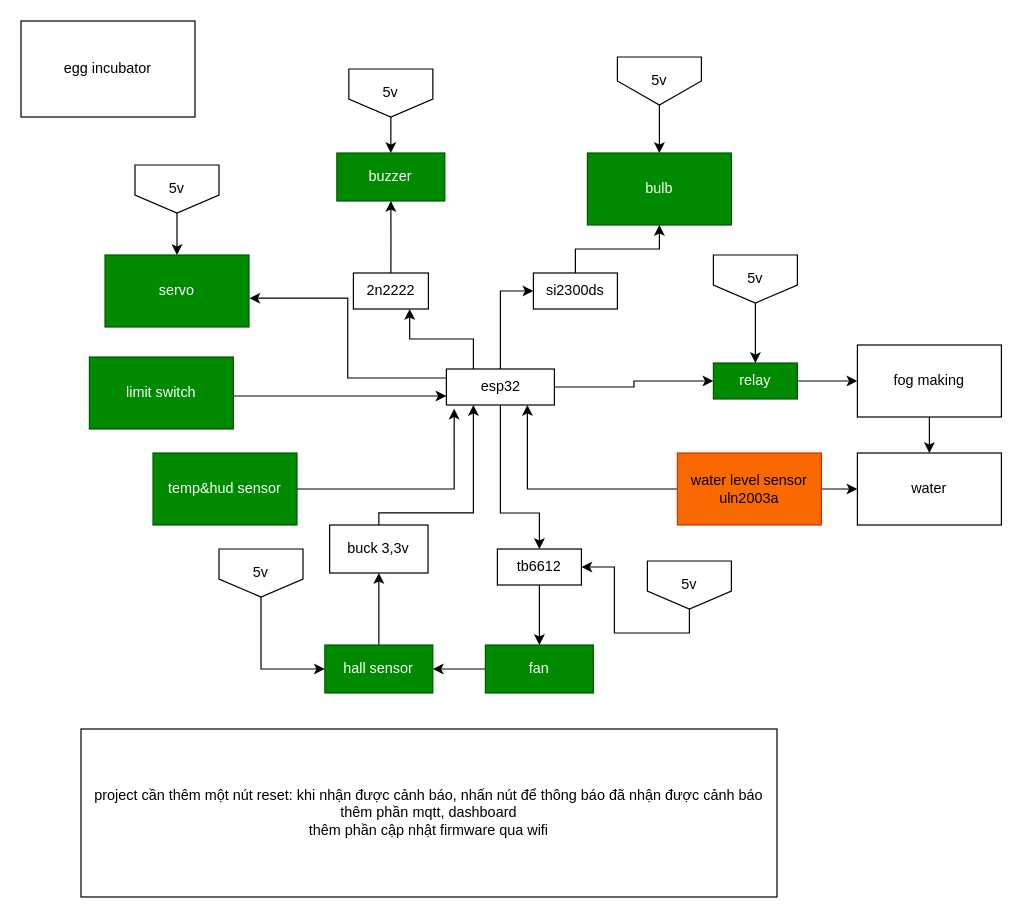
lqhoang231-creator/egg-incubator keeps this draw.io diagram as Untitled Diagram.drawio. Above is the earlier version. Source tidied: cells renumbered, new cells numbered last; positions are measured from the earlier drawing's top-left corner, leaving out a move shared by most shapes. Both pictures are drawn from the tidied source at 120%, with x=0, y=0 at pixel (20, 20).
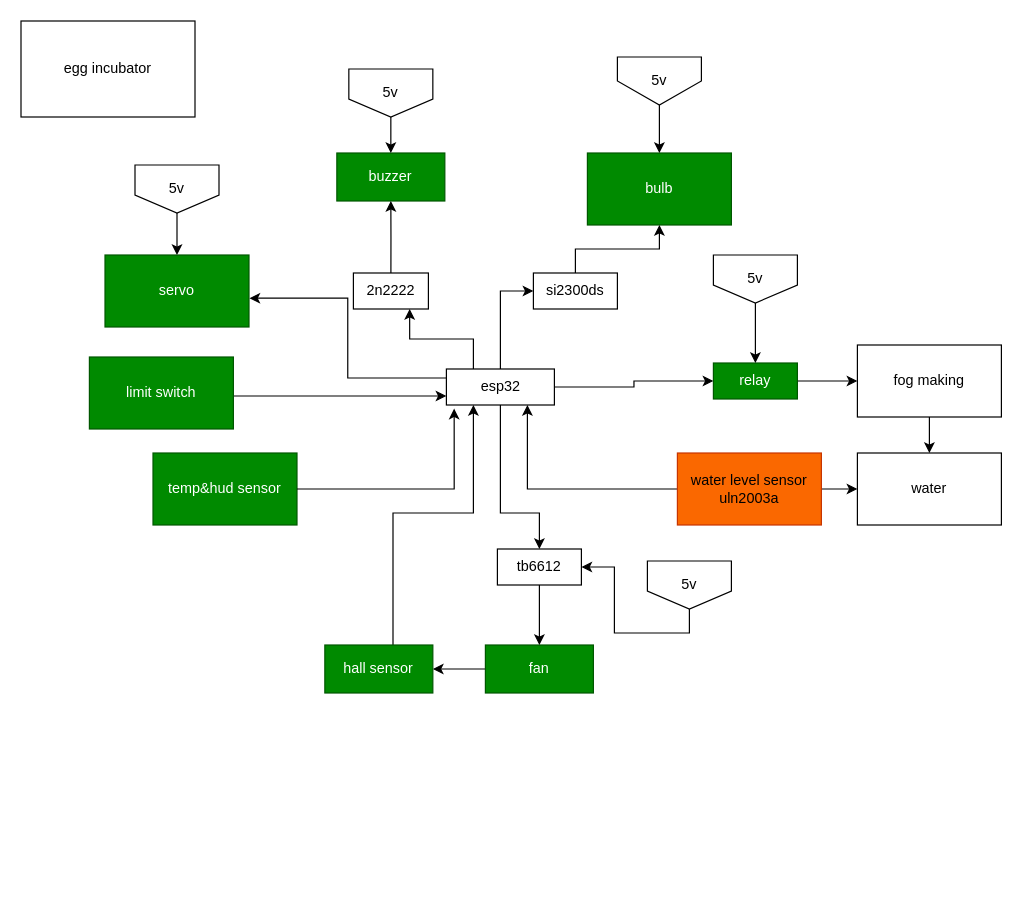
The same diagram, later.

Unchanged cells that the change refers to:
```xml
<mxCell id="6" value="esp32" style="rounded=0;whiteSpace=wrap;html=1;" parent="1" vertex="1">
  <mxGeometry x="354.5" y="290" width="90" height="30" as="geometry" />
</mxCell>
<mxCell id="21" value="hall sensor" style="rounded=0;whiteSpace=wrap;html=1;fillColor=#008a00;fontColor=#ffffff;strokeColor=#005700;" parent="1" vertex="1">
  <mxGeometry x="253.2" y="520" width="90" height="40" as="geometry" />
</mxCell>
```

Change to the diagram source:
```diff
@@
-    <mxCell id="20" style="edgeStyle=orthogonalEdgeStyle;rounded=0;jettySize=auto;html=1;exitX=0.5;exitY=0;exitDx=0;exitDy=0;entryX=0.5;entryY=1;entryDx=0;entryDy=0;" parent="1" edge="1" source="21" target="46">
-      <mxGeometry relative="1" as="geometry" />
-    </mxCell>
+    <mxCell id="49" style="edgeStyle=orthogonalEdgeStyle;rounded=0;jettySize=auto;html=1;entryX=0.25;entryY=1;entryDx=0;entryDy=0;" parent="1" edge="1" source="21" target="6">
+      <mxGeometry relative="1" as="geometry">
+        <Array as="points">
+          <mxPoint x="310" y="410" />
+          <mxPoint x="377.1" y="410" />
+        </Array>
+      </mxGeometry>
+    </mxCell>
@@
-    <mxCell id="44" style="edgeStyle=orthogonalEdgeStyle;rounded=0;jettySize=auto;html=1;exitX=0.5;exitY=1;exitDx=0;exitDy=0;entryX=0;entryY=0.5;entryDx=0;entryDy=0;" parent="1" edge="1" source="45" target="21">
-      <mxGeometry relative="1" as="geometry" />
-    </mxCell>
-    <mxCell id="45" value="5v" style="shape=offPageConnector;whiteSpace=wrap;html=1;" parent="1" vertex="1">
-      <mxGeometry x="165" y="440" width="70" height="40" as="geometry" />
-    </mxCell>
-    <mxCell id="46" value="buck 3,3v" style="rounded=0;whiteSpace=wrap;html=1;" parent="1" vertex="1">
-      <mxGeometry x="257.2" y="420" width="82" height="40" as="geometry" />
-    </mxCell>
-    <mxCell id="47" style="edgeStyle=orthogonalEdgeStyle;rounded=0;jettySize=auto;html=1;exitX=0.5;exitY=0;exitDx=0;exitDy=0;entryX=0.25;entryY=1;entryDx=0;entryDy=0;" parent="1" edge="1" source="46" target="6">
-      <mxGeometry relative="1" as="geometry">
-        <Array as="points">
-          <mxPoint x="298.2" y="409.9" />
-          <mxPoint x="376.9" y="409.9" />
-        </Array>
-      </mxGeometry>
-    </mxCell>
-    <mxCell id="48" value="project cần thêm một nút reset: khi nhận được cảnh báo, nhấn nút để thông báo đã nhận được cảnh báo&lt;div&gt;thêm phần mqtt, dashboard&lt;/div&gt;&lt;div&gt;thêm phần cập nhật firmware qua wifi&lt;/div&gt;" style="rounded=0;whiteSpace=wrap;html=1;" parent="1" vertex="1">
-      <mxGeometry x="50" y="590" width="580" height="140" as="geometry" />
-    </mxCell>
```
